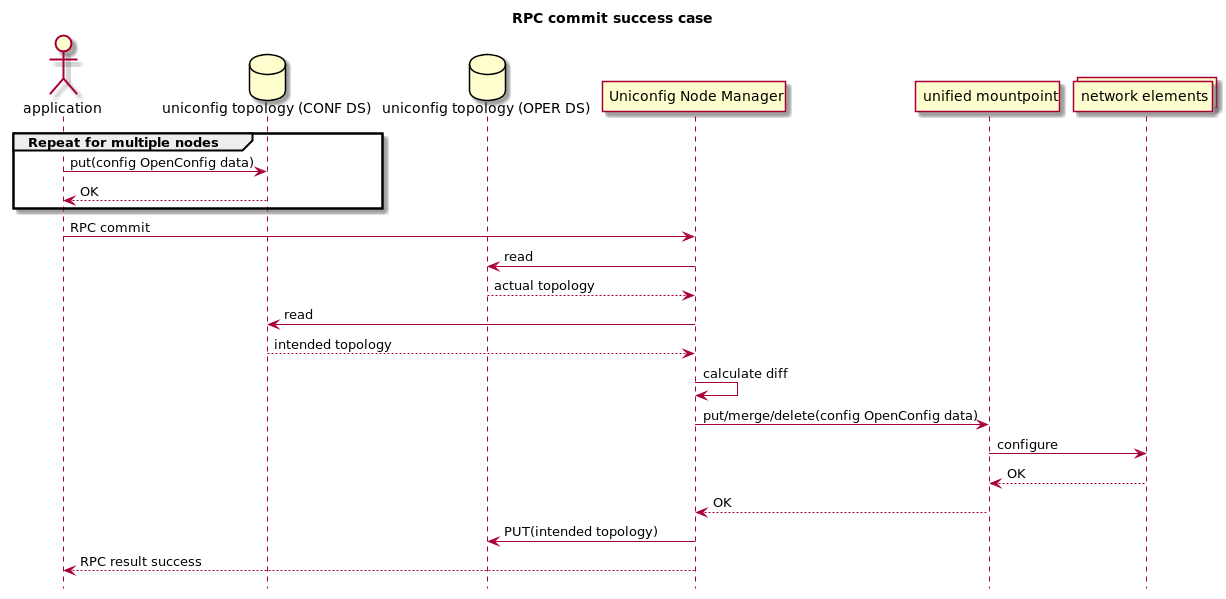
This is FRINX_ODL_Distribution/Carbon/FRINX_Features_User_Guide/uniconfig/api_and_use_cases/drawing/UNM/RPC_commit_success.png from jmorvay/Frinx-docs, a PlantUML export, as it was before one commit.
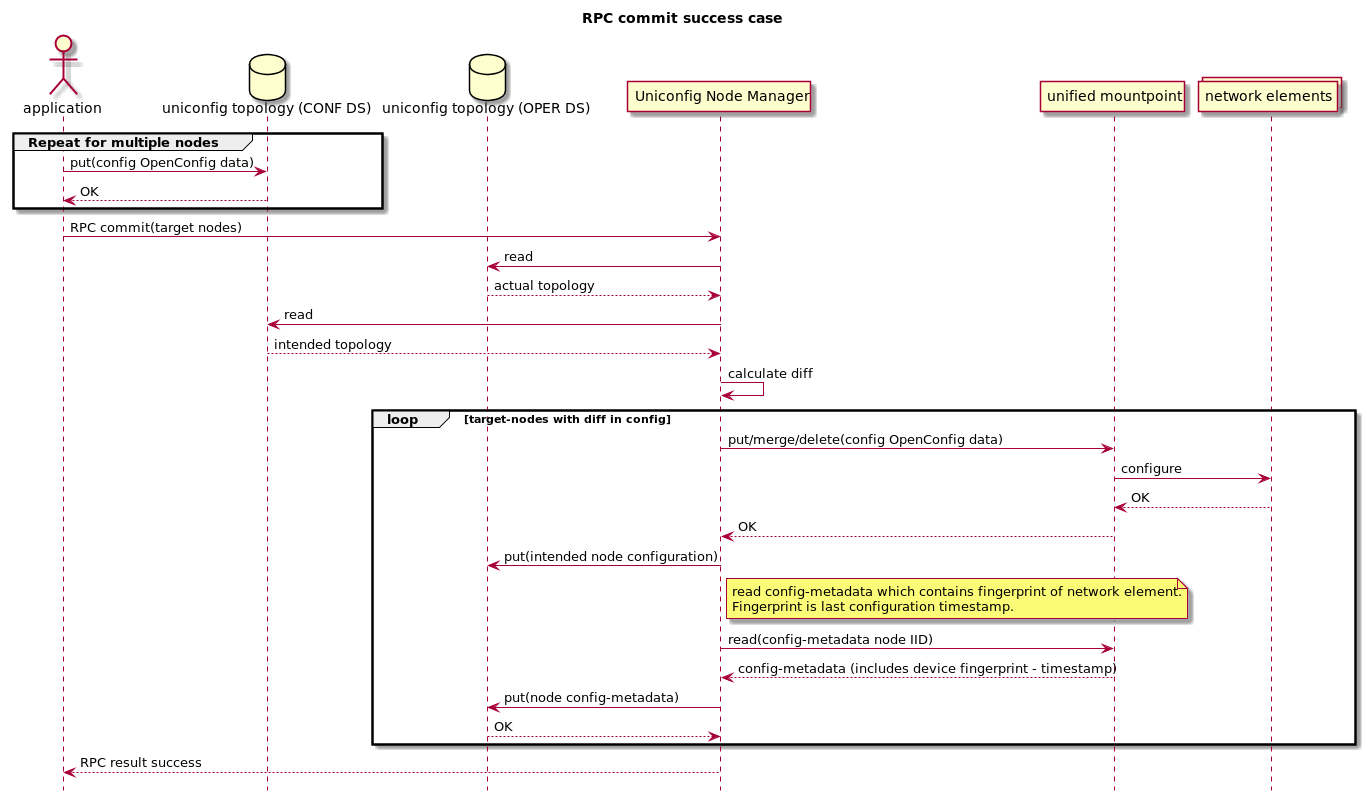
After the commit.

Change to the diagram source:
```diff
@@ -14,16 +14,26 @@
     "uniconfig topology (CONF DS)" --> application: OK
 end
 
-application -> "Uniconfig Node Manager": RPC commit
+application -> "Uniconfig Node Manager": RPC commit(target nodes)
 "Uniconfig Node Manager" -> "uniconfig topology (OPER DS)": read
 "uniconfig topology (OPER DS)" --> "Uniconfig Node Manager": actual topology
 "Uniconfig Node Manager" -> "uniconfig topology (CONF DS)": read
 "uniconfig topology (CONF DS)" --> "Uniconfig Node Manager": intended topology
 "Uniconfig Node Manager" -> "Uniconfig Node Manager": calculate diff
-"Uniconfig Node Manager" -> "unified mountpoint": put/merge/delete(config OpenConfig data)
-    "unified mountpoint" -> "network elements": configure
-    "network elements" --> "unified mountpoint": OK
-"unified mountpoint" --> "Uniconfig Node Manager": OK
-"Uniconfig Node Manager" -> "uniconfig topology (OPER DS)": PUT(intended topology)
+loop target-nodes with diff in config
+    "Uniconfig Node Manager" -> "unified mountpoint": put/merge/delete(config OpenConfig data)
+        "unified mountpoint" -> "network elements": configure
+        "network elements" --> "unified mountpoint": OK
+    "unified mountpoint" --> "Uniconfig Node Manager": OK
+    "Uniconfig Node Manager" -> "uniconfig topology (OPER DS)": put(intended node configuration)
+    note right "Uniconfig Node Manager"
+        read config-metadata which contains fingerprint of network element.
+        Fingerprint is last configuration timestamp.
+    end note
+    "Uniconfig Node Manager" -> "unified mountpoint": read(config-metadata node IID)
+    "unified mountpoint" --> "Uniconfig Node Manager": config-metadata (includes device fingerprint - timestamp)
+    "Uniconfig Node Manager" -> "uniconfig topology (OPER DS)": put(node config-metadata)
+    "uniconfig topology (OPER DS)" --> "Uniconfig Node Manager": OK
+end
 "Uniconfig Node Manager" --> application: RPC result success
 @enduml
```
